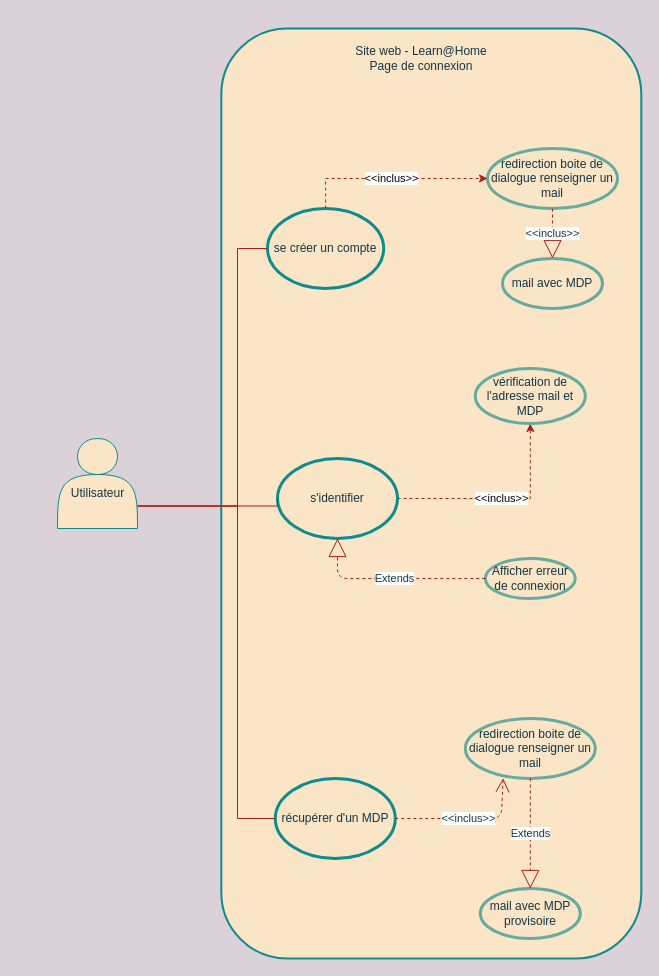
This is page "Connection" (1 of 6) of diagrammes de cas d’usage_v3.drawio from Formation-DA-PYTHON2021/projet3, a draw.io file, before an edit. Source tidied: cells renumbered, new cells numbered last; positions are measured from the earlier drawing's top-left corner, leaving out a move shared by most shapes. Both pictures are drawn from the tidied source at 100%, with x=0, y=0 at pixel (42, 28).
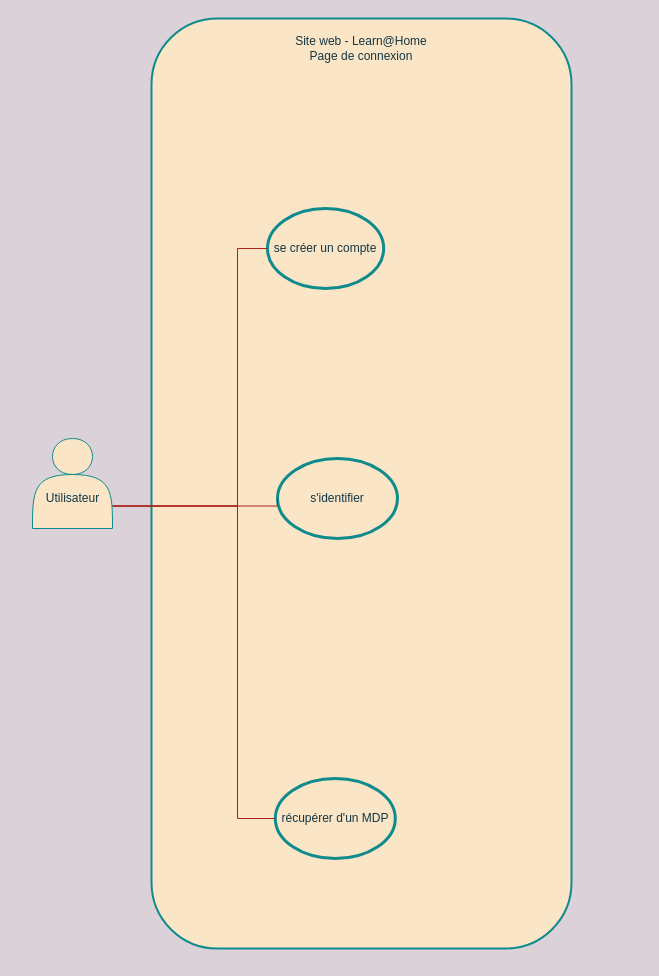
Above is the later version.

The change refers to these unchanged cells:
```xml
<mxCell id="5" value="s'identifier" style="ellipse;whiteSpace=wrap;html=1;fillColor=#FAE5C7;strokeColor=#0F8B8D;fontColor=#143642;rounded=1;strokeWidth=3;" parent="1" vertex="1">
  <mxGeometry x="235" y="430" width="120" height="80" as="geometry" />
</mxCell>
<mxCell id="8" value="récupérer d'un MDP" style="ellipse;whiteSpace=wrap;html=1;fillColor=#FAE5C7;strokeColor=#0F8B8D;fontColor=#143642;rounded=1;strokeWidth=3;" parent="1" vertex="1">
  <mxGeometry x="232.8" y="750" width="120" height="80" as="geometry" />
</mxCell>
<mxCell id="10" value="se créer un compte" style="ellipse;whiteSpace=wrap;html=1;fillColor=#FAE5C7;strokeColor=#0F8B8D;fontColor=#143642;rounded=1;strokeWidth=3;" parent="1" vertex="1">
  <mxGeometry x="225" y="180" width="116.2" height="80" as="geometry" />
</mxCell>
```

The edit, as a diff of the source:
```diff
@@
     <mxCell id="2" style="whiteSpace=wrap;html=1;absoluteArcSize=1;arcSize=132;strokeWidth=2;fillColor=#FAE5C7;strokeColor=#0F8B8D;fontColor=#143642;glass=0;shadow=0;rounded=1;" parent="1" vertex="1">
-      <mxGeometry x="178.8" width="420" height="930" as="geometry" />
+      <mxGeometry x="109" y="-10" width="420" height="930" as="geometry" />
     </mxCell>
     <mxCell id="3" value="Site web - Learn@Home&lt;br&gt;Page de connexion" style="text;html=1;strokeColor=none;fillColor=none;align=center;verticalAlign=middle;whiteSpace=wrap;fontColor=#143642;rounded=1;" parent="1" vertex="1">
-      <mxGeometry x="283.8" y="20" width="190" height="20" as="geometry" />
+      <mxGeometry x="224" y="10" width="190" height="20" as="geometry" />
     </mxCell>
-    <mxCell id="4" value="&amp;lt;&amp;lt;inclus&amp;gt;&amp;gt;" style="edgeStyle=orthogonalEdgeStyle;rounded=0;jettySize=auto;html=1;exitX=1;exitY=0.5;exitDx=0;exitDy=0;entryX=0.5;entryY=1;entryDx=0;entryDy=0;dashed=1;strokeColor=#A8201A;" parent="1" edge="1" source="5" target="17">
-      <mxGeometry relative="1" as="geometry" />
-    </mxCell>
@@
-    <mxCell id="6" value="Afficher erreur de connexion" style="ellipse;whiteSpace=wrap;html=1;fillColor=#FAE5C7;strokeColor=#67AB9F;fontColor=#143642;rounded=1;strokeWidth=3;" parent="1" vertex="1">
-      <mxGeometry x="442.8" y="530" width="90" height="40" as="geometry" />
-    </mxCell>
-    <mxCell id="7" value="redirection boite de dialogue renseigner un mail" style="ellipse;whiteSpace=wrap;html=1;fillColor=#FAE5C7;strokeColor=#67AB9F;fontColor=#143642;rounded=1;strokeWidth=3;" parent="1" vertex="1">
-      <mxGeometry x="445" y="120" width="130" height="60" as="geometry" />
-    </mxCell>
@@
-    <mxCell id="9" value="&amp;lt;&amp;lt;inclus&amp;gt;&amp;gt;" style="edgeStyle=orthogonalEdgeStyle;rounded=0;jettySize=auto;html=1;dashed=1;strokeColor=#A8201A;" parent="1" edge="1" source="10" target="7">
-      <mxGeometry relative="1" as="geometry">
-        <Array as="points">
-          <mxPoint x="385" y="150" />
-          <mxPoint x="385" y="150" />
-        </Array>
-      </mxGeometry>
-    </mxCell>
@@
     <mxCell id="15" style="shape=actor;whiteSpace=wrap;html=1;fontColor=#143642;strokeColor=#0F8B8D;fillColor=#FAE5C7;rounded=1;" parent="1" vertex="1">
-      <mxGeometry x="15" y="410" width="80" height="90" as="geometry" />
+      <mxGeometry x="-10" y="410" width="80" height="90" as="geometry" />
     </mxCell>
-    <mxCell id="16" value="mail avec MDP" style="ellipse;whiteSpace=wrap;html=1;fillColor=#FAE5C7;strokeColor=#67AB9F;fontColor=#143642;rounded=1;strokeWidth=3;" parent="1" vertex="1">
-      <mxGeometry x="460" y="230" width="100" height="50" as="geometry" />
-    </mxCell>
-    <mxCell id="17" value="vérification de l'adresse mail et MDP" style="ellipse;whiteSpace=wrap;html=1;fillColor=#FAE5C7;strokeColor=#67AB9F;fontColor=#143642;rounded=1;strokeWidth=3;" parent="1" vertex="1">
-      <mxGeometry x="432.8" y="340" width="110" height="55" as="geometry" />
-    </mxCell>
-    <mxCell id="18" style="edgeStyle=orthogonalEdgeStyle;rounded=1;orthogonalLoop=1;jettySize=auto;html=1;exitX=0.5;exitY=1;exitDx=0;exitDy=0;fontColor=#143642;strokeColor=#A8201A;fillColor=#FAE5C7;" parent="1" edge="1" source="6" target="6">
-      <mxGeometry relative="1" as="geometry" />
+    <mxCell id="18" style="edgeStyle=orthogonalEdgeStyle;rounded=1;orthogonalLoop=1;jettySize=auto;html=1;exitX=0.5;exitY=1;exitDx=0;exitDy=0;fontColor=#143642;strokeColor=#A8201A;fillColor=#FAE5C7;" parent="1" edge="1">
+      <mxGeometry relative="1" as="geometry">
+        <mxPoint x="487.8" y="570" as="sourcePoint" />
+        <mxPoint x="487.8" y="570" as="targetPoint" />
+      </mxGeometry>
     </mxCell>
     <mxCell id="19" value="Utilisateur" style="html=1;rounded=1;fontColor=#143642;strokeColor=none;fillColor=none;gradientColor=none;" parent="1" vertex="1">
-      <mxGeometry y="455" width="110" height="20" as="geometry" />
+      <mxGeometry x="-25" y="462.5" width="110" height="15" as="geometry" />
     </mxCell>
-    <mxCell id="20" value="redirection boite de dialogue renseigner un mail" style="ellipse;whiteSpace=wrap;html=1;fillColor=#FAE5C7;strokeColor=#67AB9F;fontColor=#143642;rounded=1;strokeWidth=3;" parent="1" vertex="1">
-      <mxGeometry x="422.8" y="690" width="130" height="60" as="geometry" />
-    </mxCell>
-    <mxCell id="21" value="mail avec MDP provisoire" style="ellipse;whiteSpace=wrap;html=1;fillColor=#FAE5C7;strokeColor=#67AB9F;fontColor=#143642;rounded=1;strokeWidth=3;" parent="1" vertex="1">
-      <mxGeometry x="437.8" y="860" width="100" height="50" as="geometry" />
-    </mxCell>
-    <mxCell id="22" value="&amp;lt;&amp;lt;inclus&amp;gt;&amp;gt;" style="endArrow=open;endSize=12;dashed=1;html=1;fontColor=#143642;strokeColor=#A8201A;fillColor=#FAE5C7;entryX=0.291;entryY=0.994;entryDx=0;entryDy=0;entryPerimeter=0;exitX=1;exitY=0.5;exitDx=0;exitDy=0;" parent="1" edge="1" source="8" target="20">
-      <mxGeometry relative="1" as="geometry">
-        <Array as="points">
-          <mxPoint x="398.8" y="790" />
-          <mxPoint x="458.8" y="790" />
-        </Array>
-      </mxGeometry>
-    </mxCell>
-    <mxCell id="23" value="Extends" style="endArrow=block;endSize=16;endFill=0;html=1;dashed=1;fontColor=#143642;strokeColor=#A8201A;fillColor=#FAE5C7;exitX=0;exitY=0.5;exitDx=0;exitDy=0;entryX=0.5;entryY=1;entryDx=0;entryDy=0;" parent="1" edge="1" source="6" target="5">
-      <mxGeometry x="-0.03" relative="1" as="geometry">
-        <Array as="points">
-          <mxPoint x="295" y="550" />
-        </Array>
-      </mxGeometry>
-    </mxCell>
-    <mxCell id="24" value="Extends" style="endArrow=block;endSize=16;endFill=0;html=1;dashed=1;fontColor=#143642;strokeColor=#A8201A;fillColor=#FAE5C7;exitX=0.5;exitY=1;exitDx=0;exitDy=0;entryX=0.5;entryY=0;entryDx=0;entryDy=0;" parent="1" edge="1" source="20" target="21">
-      <mxGeometry relative="1" as="geometry" />
-    </mxCell>
-    <mxCell id="25" value="&amp;lt;&amp;lt;inclus&amp;gt;&amp;gt;" style="endArrow=block;endSize=16;endFill=0;html=1;dashed=1;fontColor=#143642;strokeColor=#A8201A;fillColor=#FAE5C7;exitX=0.5;exitY=1;exitDx=0;exitDy=0;entryX=0.5;entryY=0;entryDx=0;entryDy=0;" parent="1" edge="1" source="7" target="16">
-      <mxGeometry relative="1" as="geometry" />
-    </mxCell>
```
